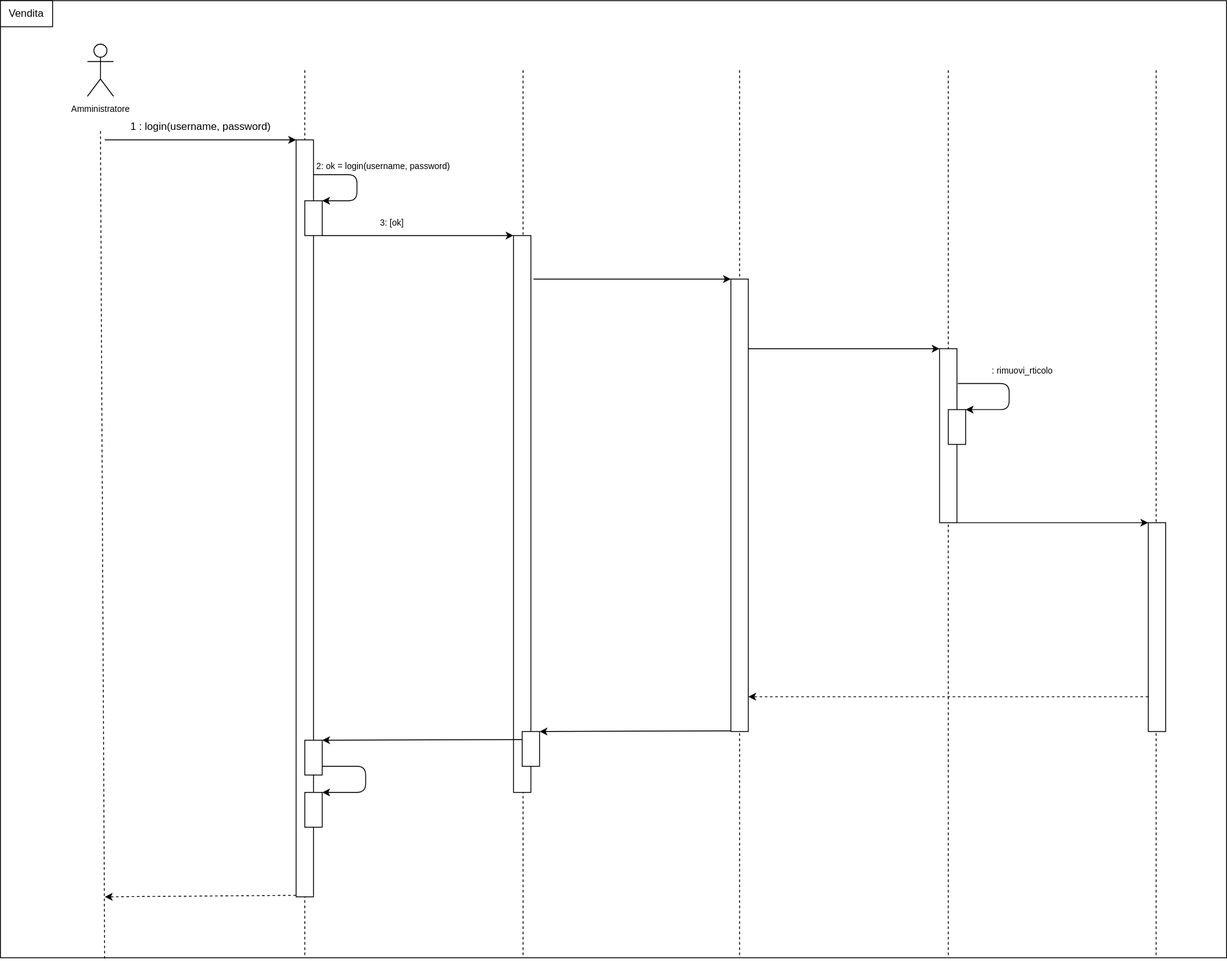
Earlier version of the draw.io export diagrammi/sequenza/vendita.drawio.svg (MickTK/ProgettoFinaleISW). Source tidied: cells renumbered, new cells last; positions are measured from the earlier drawing's top-left corner, leaving out a move shared by most shapes.
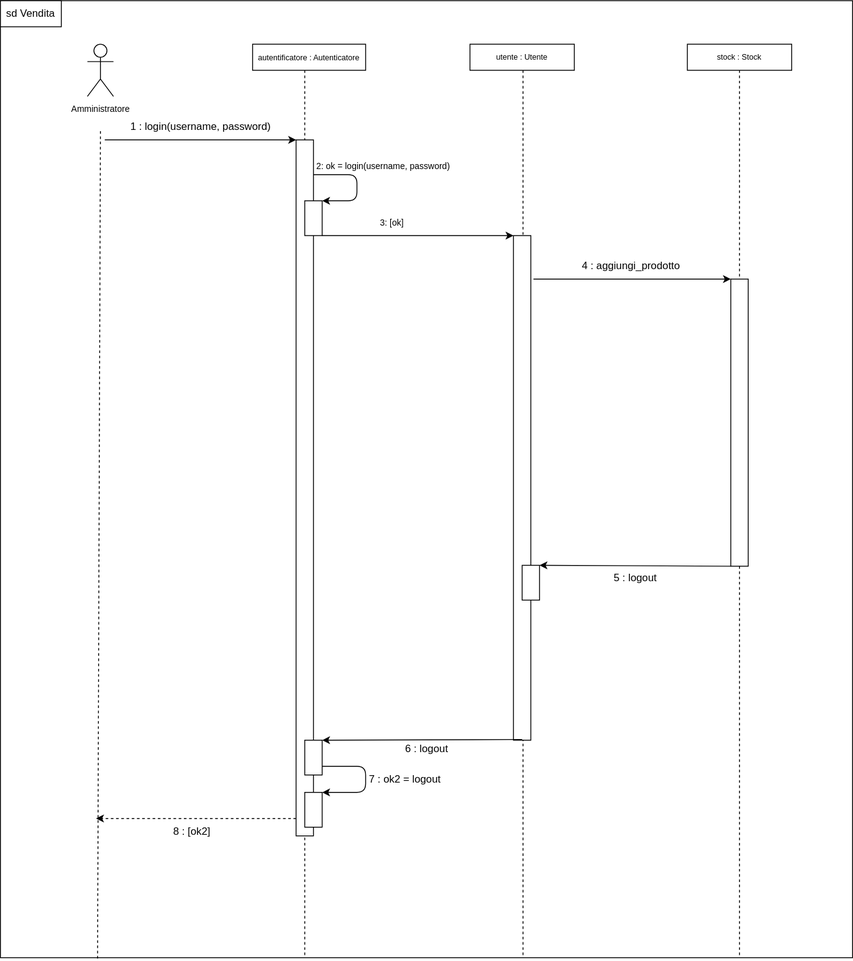
The same file after the commit.

Commit message:
Diagramma Sequenza Vendita

Change to the diagram source:
```diff
@@ -3,7 +3,7 @@
     <mxCell id="0" />
     <mxCell id="1" parent="0" />
     <mxCell id="2" style="rounded=0;whiteSpace=wrap;html=1;" parent="1" vertex="1">
-      <mxGeometry width="1410" height="1100" as="geometry" />
+      <mxGeometry width="980" height="1100" as="geometry" />
     </mxCell>
     <mxCell id="3" style="edgeStyle=none;html=1;endArrow=none;endFill=0;dashed=1;" parent="1" edge="1">
       <mxGeometry relative="1" as="geometry">
@@ -11,18 +11,6 @@
         <mxPoint x="850" y="1100" as="targetPoint" />
       </mxGeometry>
     </mxCell>
-    <mxCell id="4" style="edgeStyle=none;html=1;endArrow=none;endFill=0;dashed=1;" parent="1" edge="1">
-      <mxGeometry relative="1" as="geometry">
-        <mxPoint x="1329" y="80" as="sourcePoint" />
-        <mxPoint x="1329" y="1100" as="targetPoint" />
-      </mxGeometry>
-    </mxCell>
-    <mxCell id="5" style="edgeStyle=none;html=1;endArrow=none;endFill=0;dashed=1;" parent="1" edge="1">
-      <mxGeometry relative="1" as="geometry">
-        <mxPoint x="1090" y="80" as="sourcePoint" />
-        <mxPoint x="1090" y="1100" as="targetPoint" />
-      </mxGeometry>
-    </mxCell>
     <mxCell id="6" style="edgeStyle=none;html=1;endArrow=none;endFill=0;dashed=1;" parent="1" edge="1">
       <mxGeometry relative="1" as="geometry">
         <mxPoint x="601" y="80" as="sourcePoint" />
@@ -35,7 +23,7 @@
         <mxPoint x="350" y="1100" as="targetPoint" />
       </mxGeometry>
     </mxCell>
-    <mxCell id="8" style="edgeStyle=none;html=1;endArrow=none;endFill=0;dashed=1;entryX=0.085;entryY=1.001;entryDx=0;entryDy=0;entryPerimeter=0;" parent="1" edge="1" target="2">
+    <mxCell id="8" style="edgeStyle=none;html=1;endArrow=none;endFill=0;dashed=1;entryX=0.114;entryY=1.001;entryDx=0;entryDy=0;entryPerimeter=0;" parent="1" edge="1" target="2">
       <mxGeometry relative="1" as="geometry">
         <mxPoint x="115" y="150" as="sourcePoint" />
       </mxGeometry>
@@ -43,8 +31,8 @@
     <mxCell id="9" value="&lt;font style=&quot;font-size: 10px;&quot;&gt;Amministratore&lt;/font&gt;" style="shape=umlActor;verticalLabelPosition=bottom;verticalAlign=top;html=1;" parent="1" vertex="1">
       <mxGeometry x="100" y="50" width="30" height="60" as="geometry" />
     </mxCell>
-    <mxCell id="10" value="Vendita" style="rounded=0;whiteSpace=wrap;html=1;" parent="1" vertex="1">
-      <mxGeometry width="60" height="30" as="geometry" />
+    <mxCell id="10" value="sd Vendita" style="rounded=0;whiteSpace=wrap;html=1;" parent="1" vertex="1">
+      <mxGeometry width="70" height="30" as="geometry" />
     </mxCell>
     <mxCell id="11" style="edgeStyle=none;html=1;endArrow=classic;endFill=1;" parent="1" edge="1">
       <mxGeometry relative="1" as="geometry">
@@ -56,7 +44,7 @@
       <mxGeometry x="140" y="130" width="180" height="30" as="geometry" />
     </mxCell>
     <mxCell id="13" style="rounded=0;whiteSpace=wrap;html=1;" parent="1" vertex="1">
-      <mxGeometry x="340" y="160" width="20" height="870" as="geometry" />
+      <mxGeometry x="340" y="160" width="20" height="800" as="geometry" />
     </mxCell>
     <mxCell id="14" style="edgeStyle=none;html=1;endArrow=classic;endFill=1;" parent="1" edge="1">
       <mxGeometry relative="1" as="geometry">
@@ -84,7 +72,7 @@
       <mxGeometry x="425" y="240" width="50" height="30" as="geometry" />
     </mxCell>
     <mxCell id="19" style="rounded=0;whiteSpace=wrap;html=1;" parent="1" vertex="1">
-      <mxGeometry x="590" y="270" width="20" height="640" as="geometry" />
+      <mxGeometry x="590" y="270" width="20" height="580" as="geometry" />
     </mxCell>
     <mxCell id="20" style="edgeStyle=none;html=1;endArrow=classic;endFill=1;entryX=0;entryY=0;entryDx=0;entryDy=0;" parent="1" edge="1" target="21">
       <mxGeometry relative="1" as="geometry">
@@ -92,54 +80,13 @@
       </mxGeometry>
     </mxCell>
     <mxCell id="21" style="rounded=0;whiteSpace=wrap;html=1;" parent="1" vertex="1">
-      <mxGeometry x="840" y="320" width="20" height="520" as="geometry" />
+      <mxGeometry x="840" y="320" width="20" height="330" as="geometry" />
     </mxCell>
-    <mxCell id="22" style="edgeStyle=none;html=1;endArrow=classic;endFill=1;entryX=0;entryY=0;entryDx=0;entryDy=0;" parent="1" edge="1" target="23">
-      <mxGeometry relative="1" as="geometry">
-        <mxPoint x="860" y="400" as="sourcePoint" />
-      </mxGeometry>
-    </mxCell>
-    <mxCell id="23" style="rounded=0;whiteSpace=wrap;html=1;" parent="1" vertex="1">
-      <mxGeometry x="1080" y="400" width="20" height="200" as="geometry" />
-    </mxCell>
-    <mxCell id="24" style="edgeStyle=none;html=1;endArrow=classic;endFill=1;" parent="1" edge="1">
-      <mxGeometry relative="1" as="geometry">
-        <mxPoint x="1101" y="440" as="sourcePoint" />
-        <mxPoint x="1110" y="470" as="targetPoint" />
-        <Array as="points">
-          <mxPoint x="1160" y="440" />
-          <mxPoint x="1160" y="470" />
-        </Array>
-      </mxGeometry>
-    </mxCell>
-    <mxCell id="25" style="rounded=0;whiteSpace=wrap;html=1;fontSize=10;" parent="1" vertex="1">
-      <mxGeometry x="1090" y="470" width="20" height="40" as="geometry" />
-    </mxCell>
-    <mxCell id="26" value=": rimuovi_rticolo" style="text;html=1;align=center;verticalAlign=middle;strokeColor=none;fillColor=none;fontSize=10;" parent="1" vertex="1">
-      <mxGeometry x="1130" y="410" width="90" height="30" as="geometry" />
-    </mxCell>
-    <mxCell id="27" style="edgeStyle=none;html=1;endArrow=classic;endFill=1;entryX=0;entryY=0;entryDx=0;entryDy=0;" parent="1" edge="1">
-      <mxGeometry relative="1" as="geometry">
-        <mxPoint x="1100" y="600" as="sourcePoint" />
-        <mxPoint x="1320" y="600" as="targetPoint" />
-      </mxGeometry>
-    </mxCell>
-    <mxCell id="28" style="rounded=0;whiteSpace=wrap;html=1;" parent="1" vertex="1">
-      <mxGeometry x="1320" y="600" width="20" height="240" as="geometry" />
-    </mxCell>
-    <mxCell id="29" style="edgeStyle=none;html=1;endArrow=classic;endFill=1;dashed=1;" parent="1" edge="1">
-      <mxGeometry relative="1" as="geometry">
-        <mxPoint x="1320" y="800" as="sourcePoint" />
-        <mxPoint x="860" y="800" as="targetPoint" />
-      </mxGeometry>
-    </mxCell>
-    <mxCell id="30" style="edgeStyle=none;html=1;endArrow=classic;endFill=1;entryX=1;entryY=0;entryDx=0;entryDy=0;" parent="1" edge="1" target="31">
-      <mxGeometry relative="1" as="geometry">
-        <mxPoint x="840" y="839.2" as="sourcePoint" />
-      </mxGeometry>
+    <mxCell id="30" style="edgeStyle=none;html=1;endArrow=classic;endFill=1;entryX=1;entryY=0;entryDx=0;entryDy=0;exitX=0;exitY=1;exitDx=0;exitDy=0;" parent="1" edge="1" source="21" target="31">
+      <mxGeometry relative="1" as="geometry" />
     </mxCell>
     <mxCell id="31" style="rounded=0;whiteSpace=wrap;html=1;fontSize=10;" parent="1" vertex="1">
-      <mxGeometry x="600" y="840" width="20" height="40" as="geometry" />
+      <mxGeometry x="600" y="649" width="20" height="40" as="geometry" />
     </mxCell>
     <mxCell id="32" style="edgeStyle=none;html=1;endArrow=classic;endFill=1;entryX=1;entryY=0;entryDx=0;entryDy=0;" parent="1" edge="1" target="33">
       <mxGeometry relative="1" as="geometry">
@@ -162,10 +109,35 @@
     <mxCell id="35" style="rounded=0;whiteSpace=wrap;html=1;fontSize=10;" parent="1" vertex="1">
       <mxGeometry x="350" y="910" width="20" height="40" as="geometry" />
     </mxCell>
-    <mxCell id="36" style="edgeStyle=none;html=1;endArrow=classic;endFill=1;dashed=1;exitX=-0.007;exitY=0.998;exitDx=0;exitDy=0;exitPerimeter=0;" parent="1" edge="1" source="13">
+    <mxCell id="36" style="edgeStyle=none;html=1;endArrow=classic;endFill=1;dashed=1;" parent="1" edge="1">
       <mxGeometry relative="1" as="geometry">
-        <mxPoint x="120" y="1030" as="targetPoint" />
+        <mxPoint x="340" y="940" as="sourcePoint" />
+        <mxPoint x="110" y="940" as="targetPoint" />
       </mxGeometry>
     </mxCell>
+    <mxCell id="37" value="4 : aggiungi_prodotto" style="text;html=1;align=center;verticalAlign=middle;strokeColor=none;fillColor=none;" parent="1" vertex="1">
+      <mxGeometry x="655" y="290" width="140" height="30" as="geometry" />
+    </mxCell>
+    <mxCell id="38" value="5 : logout" style="text;html=1;align=center;verticalAlign=middle;strokeColor=none;fillColor=none;" parent="1" vertex="1">
+      <mxGeometry x="695" y="649" width="70" height="30" as="geometry" />
+    </mxCell>
+    <mxCell id="39" value="6 : logout" style="text;html=1;align=center;verticalAlign=middle;strokeColor=none;fillColor=none;" parent="1" vertex="1">
+      <mxGeometry x="455" y="845" width="70" height="30" as="geometry" />
+    </mxCell>
+    <mxCell id="40" value="7 : ok2 = logout" style="text;html=1;align=center;verticalAlign=middle;strokeColor=none;fillColor=none;" parent="1" vertex="1">
+      <mxGeometry x="410" y="880" width="110" height="30" as="geometry" />
+    </mxCell>
+    <mxCell id="41" value="&lt;font style=&quot;font-size: 9px;&quot;&gt;autentificatore : Autenticatore&lt;/font&gt;" style="rounded=0;whiteSpace=wrap;html=1;" parent="1" vertex="1">
+      <mxGeometry x="290" y="50" width="130" height="30" as="geometry" />
+    </mxCell>
+    <mxCell id="42" value="utente : Utente" style="rounded=0;whiteSpace=wrap;html=1;fontSize=9;" parent="1" vertex="1">
+      <mxGeometry x="540" y="50" width="120" height="30" as="geometry" />
+    </mxCell>
+    <mxCell id="43" value="stock : Stock" style="rounded=0;whiteSpace=wrap;html=1;fontSize=9;" parent="1" vertex="1">
+      <mxGeometry x="790" y="50" width="120" height="30" as="geometry" />
+    </mxCell>
+    <mxCell id="44" value="8 : [ok2]" style="text;html=1;align=center;verticalAlign=middle;strokeColor=none;fillColor=none;" parent="1" vertex="1">
+      <mxGeometry x="185" y="940" width="70" height="30" as="geometry" />
+    </mxCell>
   </root>
 </mxGraphModel>
```
